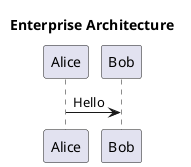
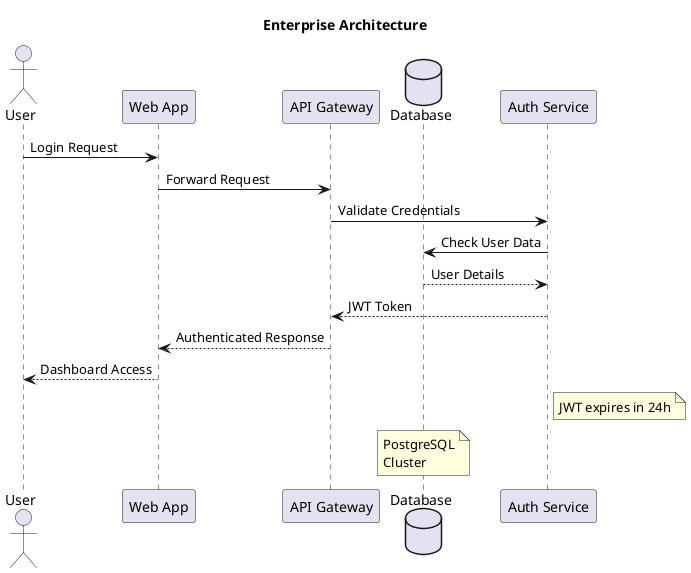
@startuml
title Enterprise Architecture
- Alice -> Bob: Hello
+ 
+ actor User
+ participant "Web App" as Web
+ participant "API Gateway" as Gateway
+ database "Database" as DB
+ participant "Auth Service" as Auth
+ 
+ User -> Web: Login Request
+ Web -> Gateway: Forward Request
+ Gateway -> Auth: Validate Credentials
+ Auth -> DB: Check User Data
+ DB --> Auth: User Details
+ Auth --> Gateway: JWT Token
+ Gateway --> Web: Authenticated Response
+ Web --> User: Dashboard Access
+ 
+ note right of Auth: JWT expires in 24h
+ note over DB: PostgreSQL\nCluster
@enduml
